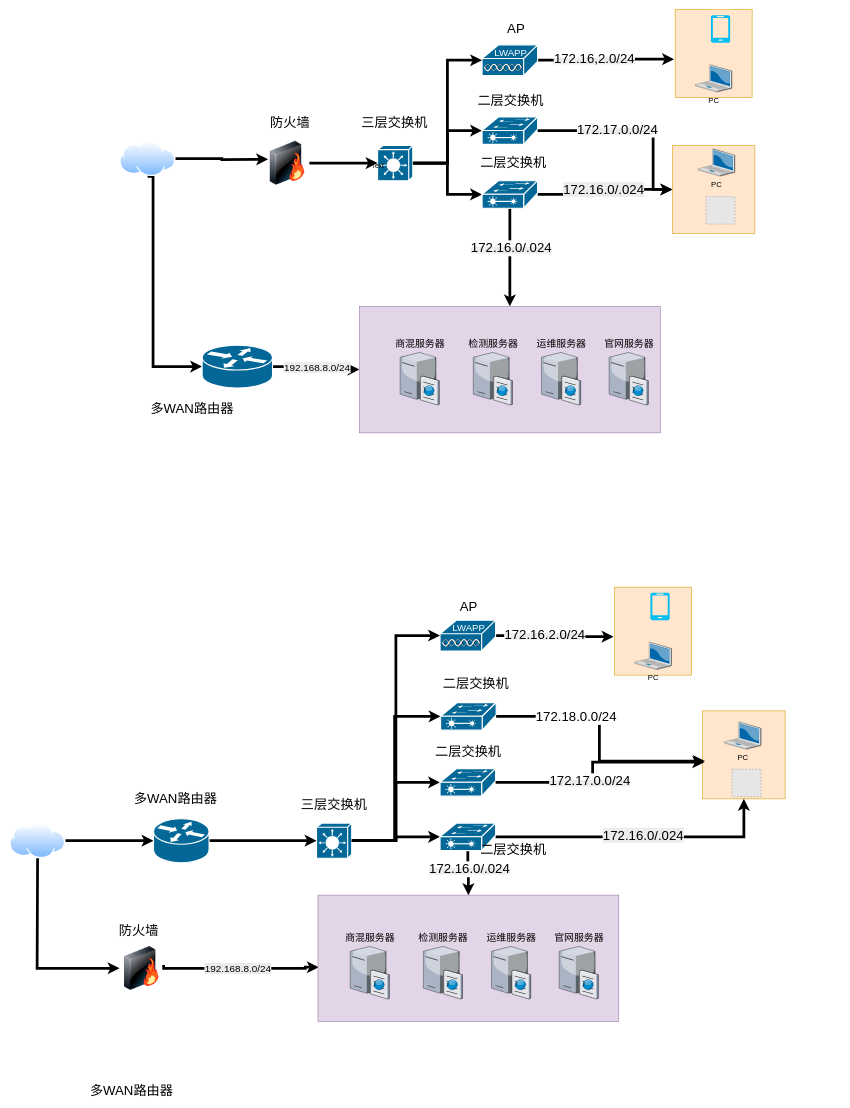
NewStart2019/cardiac-segmentation keeps this draw.io diagram as 未命名绘图.drawio. Above is the earlier version. Source tidied: cells renumbered, new cells numbered last; positions are measured from the earlier drawing's top-left corner, leaving out a move shared by most shapes. Both pictures are drawn from the tidied source at 55%, with x=0, y=0 at pixel (9, 9). Pictures stored in the file or linked from it are replaced by grey dashed boxes.
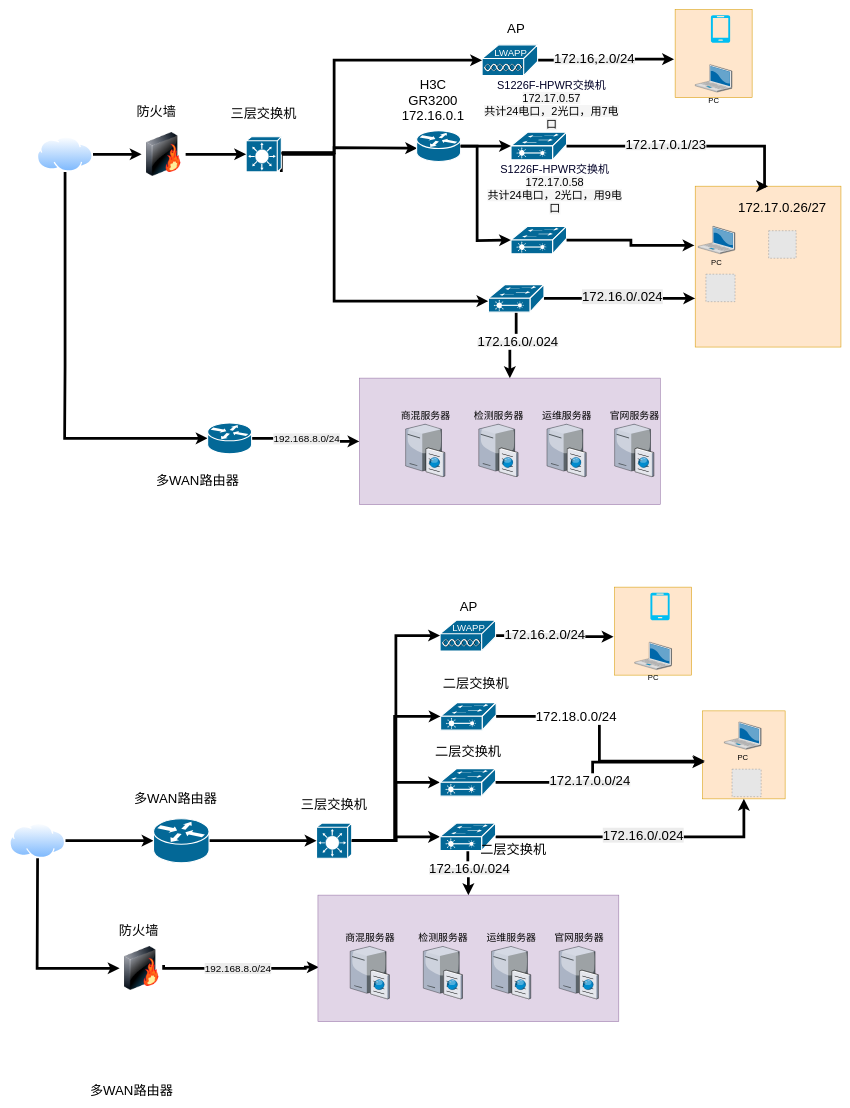
The same page after the edit.

Commit message:
未命名绘图.drawio

The change refers to these unchanged cells:
```xml
<mxCell id="36" style="sketch=0;html=1;dashed=0;fillColor=#036897;strokeColor=#ffffff;strokeWidth=2;verticalLabelPosition=bottom;verticalAlign=top;align=center;outlineConnect=0;shape=mxgraph.cisco.misc.lightweight_ap;" parent="1" vertex="1">
  <mxGeometry x="859" y="64" width="101" height="56" as="geometry" />
</mxCell>
```

The edit, as a diff of the source:
```diff
@@
     <mxCell id="2" style="edgeStyle=orthogonalEdgeStyle;rounded=0;jettySize=auto;html=1;strokeWidth=5;exitX=0.5;exitY=1;exitDx=0;exitDy=0;" parent="1" edge="1" source="3" target="29">
       <mxGeometry relative="1" as="geometry">
         <Array as="points">
-          <mxPoint x="260.8" y="649" />
+          <mxPoint x="100.9" y="649" />
+          <mxPoint x="100" y="779.6" />
         </Array>
       </mxGeometry>
     </mxCell>
     <mxCell id="3" style="perimeter=ellipsePerimeter;html=1;align=center;shadow=0;dashed=0;spacingTop=3;image;image=img/lib/active_directory/internet_cloud.svg;fontSize=18;" parent="1" vertex="1">
-      <mxGeometry x="200" y="239" width="101.6" height="64" as="geometry" />
+      <mxGeometry x="50" y="231" width="101.6" height="64" as="geometry" />
     </mxCell>
@@
-    <mxCell id="6" style="edgeStyle=orthogonalEdgeStyle;rounded=0;jettySize=auto;html=1;strokeWidth=5;" parent="1" edge="1" source="3">
-      <mxGeometry relative="1" as="geometry">
-        <mxPoint x="470" y="272" as="targetPoint" />
-      </mxGeometry>
+    <mxCell id="6" style="edgeStyle=orthogonalEdgeStyle;rounded=0;jettySize=auto;html=1;strokeWidth=5;entryX=0;entryY=0.5;entryDx=0;entryDy=0;" parent="1" edge="1" source="3" target="9">
+      <mxGeometry relative="1" as="geometry" />
     </mxCell>
     <mxCell id="7" value="&lt;span style=&quot;font-size: 24px;&quot;&gt;防火墙&lt;/span&gt;" style="text;html=1;whiteSpace=wrap;strokeColor=none;fillColor=none;align=center;verticalAlign=middle;rounded=0;" parent="1" vertex="1">
-      <mxGeometry x="465" y="190" width="90" height="30" as="geometry" />
+      <mxGeometry x="222.1" y="170" width="90" height="30" as="geometry" />
     </mxCell>
     <mxCell id="8" style="whiteSpace=wrap;html=1;fillColor=#ffe6cc;strokeColor=#d79b00;" parent="1" vertex="1">
-      <mxGeometry x="1205" y="247" width="150" height="160" as="geometry" />
+      <mxGeometry x="1246.5" y="321" width="265" height="292.5" as="geometry" />
     </mxCell>
     <mxCell id="9" style="image;html=1;image=img/lib/clip_art/networking/Firewall-page1_128x128.png;" parent="1" vertex="1">
-      <mxGeometry x="465" y="239" width="80" height="80" as="geometry" />
+      <mxGeometry x="240" y="223" width="80" height="80" as="geometry" />
     </mxCell>
-    <mxCell id="10" style="edgeStyle=orthogonalEdgeStyle;rounded=0;jettySize=auto;html=1;entryX=0;entryY=0.5;entryDx=0;entryDy=0;entryPerimeter=0;strokeWidth=5;" parent="1" edge="1" source="12" target="15">
-      <mxGeometry relative="1" as="geometry" />
-    </mxCell>
     <mxCell id="11" style="edgeStyle=orthogonalEdgeStyle;rounded=0;jettySize=auto;html=1;strokeWidth=5;" parent="1" edge="1" source="12" target="18">
-      <mxGeometry relative="1" as="geometry" />
+      <mxGeometry relative="1" as="geometry">
+        <Array as="points">
+          <mxPoint x="590" y="263" />
+          <mxPoint x="590" y="530" />
+        </Array>
+      </mxGeometry>
     </mxCell>
+    <mxCell id="89" style="edgeStyle=orthogonalEdgeStyle;rounded=0;orthogonalLoop=1;jettySize=auto;html=1;strokeWidth=5;" parent="1" edge="1">
+      <mxGeometry relative="1" as="geometry">
+        <mxPoint x="494" y="295" as="sourcePoint" />
+        <mxPoint x="741" y="252" as="targetPoint" />
+        <Array as="points">
+          <mxPoint x="494" y="260" />
+          <mxPoint x="590" y="260" />
+          <mxPoint x="590" y="251" />
+          <mxPoint x="741" y="251" />
+        </Array>
+      </mxGeometry>
+    </mxCell>
     <mxCell id="12" style="strokeColor=#ffffff;sketch=0;html=1;dashed=0;fillColor=#036897;strokeWidth=2;verticalLabelPosition=bottom;verticalAlign=top;align=center;outlineConnect=0;shape=mxgraph.cisco.switches.layer_3_switch;" parent="1" vertex="1">
-      <mxGeometry x="669" y="247" width="64" height="64" as="geometry" />
+      <mxGeometry x="430" y="231" width="64" height="64" as="geometry" />
     </mxCell>
     <mxCell id="13" style="edgeStyle=orthogonalEdgeStyle;rounded=0;jettySize=auto;html=1;strokeWidth=5;" parent="1" edge="1" source="18" target="8">
-      <mxGeometry relative="1" as="geometry" />
+      <mxGeometry relative="1" as="geometry">
+        <Array as="points">
+          <mxPoint x="1160" y="525" />
+          <mxPoint x="1160" y="525" />
+        </Array>
+      </mxGeometry>
     </mxCell>
@@
     <mxCell id="15" style="strokeColor=#ffffff;sketch=0;html=1;dashed=0;fillColor=#036897;strokeWidth=2;verticalLabelPosition=bottom;verticalAlign=top;align=center;outlineConnect=0;shape=mxgraph.cisco.switches.layer_2_remote_switch;" parent="1" vertex="1">
-      <mxGeometry x="859" y="195" width="101" height="50" as="geometry" />
+      <mxGeometry x="911.6" y="223" width="101" height="50" as="geometry" />
     </mxCell>
@@
     <mxCell id="18" style="strokeColor=#ffffff;sketch=0;html=1;dashed=0;fillColor=#036897;strokeWidth=2;verticalLabelPosition=bottom;verticalAlign=top;align=center;outlineConnect=0;shape=mxgraph.cisco.switches.layer_2_remote_switch;" parent="1" vertex="1">
-      <mxGeometry x="859" y="311" width="101" height="50" as="geometry" />
+      <mxGeometry x="870.5" y="500" width="101" height="50" as="geometry" />
     </mxCell>
@@
     <mxCell id="20" value="PC" style="verticalLabelPosition=bottom;html=1;verticalAlign=top;strokeColor=none;shape=mxgraph.citrix.laptop_2;fillColor=#66B2FF;gradientColor=#0066CC;fontSize=14;" parent="1" vertex="1">
-      <mxGeometry x="1251.9" y="253" width="67" height="50" as="geometry" />
+      <mxGeometry x="1251.9" y="394" width="67" height="50" as="geometry" />
     </mxCell>
     <mxCell id="21" value="&lt;font style=&quot;font-size: 24px;&quot;&gt;三层交换机&lt;/font&gt;" style="text;html=1;whiteSpace=wrap;strokeColor=none;fillColor=none;align=center;verticalAlign=middle;rounded=0;" parent="1" vertex="1">
-      <mxGeometry x="630" y="190" width="140" height="30" as="geometry" />
+      <mxGeometry x="392" y="175" width="140" height="30" as="geometry" />
     </mxCell>
-    <mxCell id="22" value="&lt;font style=&quot;font-size: 24px;&quot;&gt;二层交换机&lt;/font&gt;" style="text;html=1;whiteSpace=wrap;strokeColor=none;fillColor=none;align=center;verticalAlign=middle;rounded=0;" parent="1" vertex="1">
-      <mxGeometry x="846.5" y="150" width="128" height="30" as="geometry" />
+    <mxCell id="22" value="&lt;font style=&quot;font-size: 20px;&quot;&gt;&lt;span style=&quot;font-family: 微软雅黑, HPRegular; text-align: left;&quot;&gt;&lt;font style=&quot;&quot;&gt;S1226F-HPWR交换机&lt;br&gt;&lt;/font&gt;&lt;/span&gt;&lt;span style=&quot;color: rgb(0, 0, 0); font-family: &amp;quot;Trebuchet MS&amp;quot;, Arial, Helvetica, Verdana, &amp;quot;sans-serif&amp;quot;; text-align: left; background-color: rgb(245, 245, 245);&quot;&gt;&lt;font style=&quot;&quot;&gt;172.17.0.57&lt;br&gt;&lt;/font&gt;共计24电口，2光口，用7电口&lt;/span&gt;&lt;/font&gt;&lt;span style=&quot;font-family: 微软雅黑, HPRegular; font-size: 20px; text-align: left;&quot;&gt;&lt;/span&gt;" style="text;html=1;whiteSpace=wrap;strokeColor=none;fillColor=none;align=center;verticalAlign=middle;rounded=0;fontColor=light-dark(#000027, #ffdada);" parent="1" vertex="1">
+      <mxGeometry x="853" y="157" width="265" height="30" as="geometry" />
     </mxCell>
@@
     <mxCell id="24" style="fillColor=#E6E6E6;strokeColor=#999999;dashed=1;html=1;verticalAlign=top;verticalLabelPosition=bottom;labelBackgroundColor=#ffffff;" parent="1" vertex="1">
-      <mxGeometry x="1266" y="340" width="52.9" height="50" as="geometry" />
+      <mxGeometry x="1266" y="481" width="52.9" height="50" as="geometry" />
     </mxCell>
@@
-    <mxCell id="26" value="&lt;font style=&quot;font-size: 24px;&quot;&gt;二层交换机&lt;/font&gt;" style="text;html=1;whiteSpace=wrap;strokeColor=none;fillColor=none;align=center;verticalAlign=middle;rounded=0;" parent="1" vertex="1">
-      <mxGeometry x="852" y="263" width="128" height="30" as="geometry" />
-    </mxCell>
@@
     <mxCell id="29" style="strokeColor=#ffffff;sketch=0;html=1;dashed=0;fillColor=#036897;strokeWidth=2;verticalLabelPosition=bottom;verticalAlign=top;align=center;outlineConnect=0;shape=mxgraph.cisco.routers.router;" parent="1" vertex="1">
-      <mxGeometry x="350" y="610" width="128" height="78" as="geometry" />
+      <mxGeometry x="360" y="751.5" width="80" height="56" as="geometry" />
     </mxCell>
     <mxCell id="30" style="whiteSpace=wrap;html=1;fillColor=#e1d5e7;strokeColor=#9673a6;" parent="1" vertex="1">
-      <mxGeometry x="636" y="539.5" width="547" height="230" as="geometry" />
+      <mxGeometry x="636" y="670" width="547" height="230" as="geometry" />
     </mxCell>
     <mxCell id="31" value="&lt;font style=&quot;font-size: 24px;&quot;&gt;多WAN路由器&lt;/font&gt;" style="text;html=1;whiteSpace=wrap;strokeColor=none;fillColor=none;align=center;verticalAlign=middle;rounded=0;" parent="1" vertex="1">
-      <mxGeometry x="251.6" y="710" width="160" height="30" as="geometry" />
+      <mxGeometry x="261.6" y="840.5" width="160" height="30" as="geometry" />
     </mxCell>
     <mxCell id="32" value="&lt;font style=&quot;font-size: 18px&quot;&gt;商混服务器&lt;/font&gt;" style="verticalLabelPosition=top;html=1;verticalAlign=bottom;strokeColor=none;shape=mxgraph.citrix.cache_server;fillColor=#66B2FF;gradientColor=#0066CC;fontSize=14;labelPosition=center;align=center;" parent="1" vertex="1">
-      <mxGeometry x="710" y="621" width="71" height="97.5" as="geometry" />
+      <mxGeometry x="720" y="751.5" width="71" height="97.5" as="geometry" />
     </mxCell>
     <mxCell id="33" value="&lt;font style=&quot;font-size: 18px&quot;&gt;检测服务器&lt;/font&gt;" style="verticalLabelPosition=top;html=1;verticalAlign=bottom;strokeColor=none;shape=mxgraph.citrix.cache_server;fillColor=#66B2FF;gradientColor=#0066CC;fontSize=14;labelPosition=center;align=center;" parent="1" vertex="1">
-      <mxGeometry x="843" y="621" width="71" height="97.5" as="geometry" />
+      <mxGeometry x="853" y="751.5" width="71" height="97.5" as="geometry" />
     </mxCell>
     <mxCell id="34" value="&lt;font style=&quot;font-size: 18px&quot;&gt;运维服务器&lt;/font&gt;" style="verticalLabelPosition=top;html=1;verticalAlign=bottom;strokeColor=none;shape=mxgraph.citrix.cache_server;fillColor=#66B2FF;gradientColor=#0066CC;fontSize=14;labelPosition=center;align=center;" parent="1" vertex="1">
-      <mxGeometry x="967" y="621" width="71" height="97.5" as="geometry" />
+      <mxGeometry x="977" y="751.5" width="71" height="97.5" as="geometry" />
     </mxCell>
     <mxCell id="35" value="&lt;font style=&quot;font-size: 18px&quot;&gt;官网服务器&lt;/font&gt;" style="verticalLabelPosition=top;html=1;verticalAlign=bottom;strokeColor=none;shape=mxgraph.citrix.cache_server;fillColor=#66B2FF;gradientColor=#0066CC;fontSize=14;labelPosition=center;align=center;" parent="1" vertex="1">
-      <mxGeometry x="1090" y="621" width="71" height="97.5" as="geometry" />
+      <mxGeometry x="1100" y="751.5" width="71" height="97.5" as="geometry" />
     </mxCell>
@@
     <mxCell id="37" style="edgeStyle=orthogonalEdgeStyle;rounded=0;jettySize=auto;html=1;entryX=0;entryY=0.5;entryDx=0;entryDy=0;entryPerimeter=0;strokeWidth=5;" parent="1" edge="1" source="12" target="36">
-      <mxGeometry relative="1" as="geometry" />
+      <mxGeometry relative="1" as="geometry">
+        <Array as="points">
+          <mxPoint x="590" y="261" />
+          <mxPoint x="590" y="92" />
+        </Array>
+      </mxGeometry>
     </mxCell>
@@
-    <mxCell id="39" value="Text" style="text;html=1;whiteSpace=wrap;strokeColor=none;fillColor=none;align=center;verticalAlign=middle;rounded=0;" parent="1" vertex="1">
-      <mxGeometry x="640" y="270" width="60" height="30" as="geometry" />
-    </mxCell>
@@
-    <mxCell id="41" style="edgeStyle=orthogonalEdgeStyle;rounded=0;jettySize=auto;html=1;entryX=0;entryY=0.5;entryDx=0;entryDy=0;strokeWidth=5;" parent="1" edge="1" source="15" target="8">
+    <mxCell id="41" style="edgeStyle=orthogonalEdgeStyle;rounded=0;jettySize=auto;html=1;entryX=0.5;entryY=0;entryDx=0;entryDy=0;strokeWidth=5;exitX=1;exitY=0.5;exitDx=0;exitDy=0;exitPerimeter=0;" parent="1" edge="1" source="15" target="8">
       <mxGeometry relative="1" as="geometry">
         <Array as="points">
-          <mxPoint x="1170" y="220" />
-          <mxPoint x="1170" y="327" />
+          <mxPoint x="1372.6" y="248" />
         </Array>
       </mxGeometry>
     </mxCell>
-    <mxCell id="42" value="&lt;span style=&quot;white-space: normal; background-color: rgb(236, 236, 236);&quot;&gt;&lt;font style=&quot;font-size: 24px;&quot;&gt;172.17.0.0/24&lt;/font&gt;&lt;/span&gt;" style="edgeLabel;html=1;align=center;verticalAlign=middle;" parent="41" vertex="1">
+    <mxCell id="42" value="&lt;span style=&quot;white-space: normal; background-color: rgb(236, 236, 236);&quot;&gt;&lt;font style=&quot;font-size: 24px;&quot;&gt;172.17.0.1/23&lt;/font&gt;&lt;/span&gt;" style="edgeLabel;html=1;align=center;verticalAlign=middle;" parent="41" vertex="1">
       <mxGeometry x="-0.18" y="3" relative="1" as="geometry" />
     </mxCell>
@@
+    <mxCell id="90" style="strokeColor=#ffffff;sketch=0;html=1;dashed=0;fillColor=#036897;strokeWidth=2;verticalLabelPosition=bottom;verticalAlign=top;align=center;outlineConnect=0;shape=mxgraph.cisco.routers.router;" parent="1" vertex="1">
+      <mxGeometry x="740" y="220" width="80" height="56" as="geometry" />
+    </mxCell>
+    <mxCell id="91" style="edgeStyle=orthogonalEdgeStyle;rounded=0;jettySize=auto;html=1;entryX=0;entryY=0.5;entryDx=0;entryDy=0;entryPerimeter=0;strokeWidth=5;" parent="1" edge="1" source="90" target="15">
+      <mxGeometry relative="1" as="geometry" />
+    </mxCell>
+    <mxCell id="92" value="&lt;font style=&quot;font-size: 24px;&quot;&gt;H3C GR3200&lt;br&gt;172.16.0.1&lt;/font&gt;" style="text;html=1;whiteSpace=wrap;strokeColor=none;fillColor=none;align=center;verticalAlign=middle;rounded=0;" parent="1" vertex="1">
+      <mxGeometry x="700" y="150" width="140" height="30" as="geometry" />
+    </mxCell>
+    <mxCell id="93" style="fillColor=#E6E6E6;strokeColor=#999999;dashed=1;html=1;verticalAlign=top;verticalLabelPosition=bottom;labelBackgroundColor=#dae8fc;" parent="1" vertex="1">
+      <mxGeometry x="1380" y="402" width="50" height="50" as="geometry" />
+    </mxCell>
+    <mxCell id="94" value="&lt;font style=&quot;font-size: 24px;&quot;&gt;172.17.0.26/27&lt;/font&gt;" style="text;html=1;whiteSpace=wrap;strokeColor=none;fillColor=none;align=center;verticalAlign=middle;rounded=0;" parent="1" vertex="1">
+      <mxGeometry x="1375" y="345" width="60" height="30" as="geometry" />
+    </mxCell>
+    <mxCell id="95" style="strokeColor=#ffffff;sketch=0;html=1;dashed=0;fillColor=#036897;strokeWidth=2;verticalLabelPosition=bottom;verticalAlign=top;align=center;outlineConnect=0;shape=mxgraph.cisco.switches.layer_2_remote_switch;" parent="1" vertex="1">
+      <mxGeometry x="911.6" y="394" width="101" height="50" as="geometry" />
+    </mxCell>
+    <mxCell id="96" value="&lt;font style=&quot;font-size: 20px;&quot;&gt;&lt;span style=&quot;font-family: 微软雅黑, HPRegular; text-align: left;&quot;&gt;&lt;font style=&quot;&quot;&gt;S1226F-HPWR交换机&lt;br&gt;&lt;/font&gt;&lt;/span&gt;&lt;span style=&quot;color: rgb(0, 0, 0); font-family: &amp;quot;Trebuchet MS&amp;quot;, Arial, Helvetica, Verdana, &amp;quot;sans-serif&amp;quot;; text-align: left; background-color: rgb(245, 245, 245);&quot;&gt;&lt;font style=&quot;&quot;&gt;172.17.0.58&lt;br&gt;&lt;/font&gt;共计24电口，2光口，用9电口&lt;/span&gt;&lt;/font&gt;&lt;span style=&quot;font-family: 微软雅黑, HPRegular; font-size: 20px; text-align: left;&quot;&gt;&lt;/span&gt;" style="text;html=1;whiteSpace=wrap;strokeColor=none;fillColor=none;align=center;verticalAlign=middle;rounded=0;fontColor=light-dark(#000027, #ffdada);" parent="1" vertex="1">
+      <mxGeometry x="859" y="310" width="265" height="30" as="geometry" />
+    </mxCell>
+    <mxCell id="97" style="edgeStyle=orthogonalEdgeStyle;rounded=0;jettySize=auto;html=1;strokeWidth=5;entryX=0;entryY=0.5;entryDx=0;entryDy=0;entryPerimeter=0;" parent="1" edge="1" source="90" target="95">
+      <mxGeometry relative="1" as="geometry">
+        <Array as="points">
+          <mxPoint x="850" y="248" />
+          <mxPoint x="850" y="420" />
+          <mxPoint x="911.6" y="420" />
+        </Array>
+      </mxGeometry>
+    </mxCell>
+    <mxCell id="98" style="edgeStyle=orthogonalEdgeStyle;rounded=0;jettySize=auto;html=1;entryX=-0.005;entryY=0.368;entryDx=0;entryDy=0;entryPerimeter=0;strokeWidth=5;" parent="1" edge="1" source="95" target="8">
+      <mxGeometry relative="1" as="geometry" />
+    </mxCell>
```
